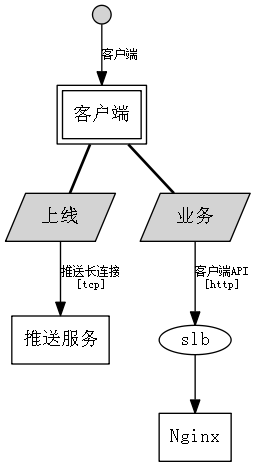
This is output/endpoint/client.gv.png from xphh/garch, a Graphviz export, as it was before one commit. Its source is kept beside it as output/endpoint/client.gv.
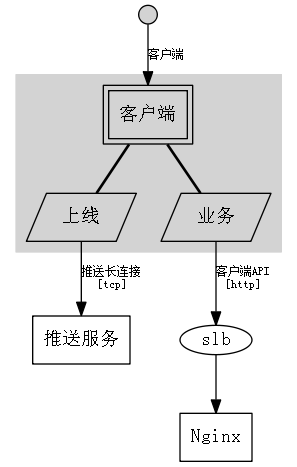
After the commit.

Change to the diagram source:
```diff
@@ -3,17 +3,22 @@
 node[fontname="simsun"];
 graph[fontname="simsun"];
 label = "";
+module_node_0[shape=circle, width=.2, style=filled, label=""];
+module_node_0->client_node_0[fontsize=9, label="客户端"];
+module_node_1[shape=box, label="推送服务"];
+client_node_1->module_node_1[fontsize=9, label="推送长连接\n[tcp]"];
+module_node_2[shape=box, label="Nginx"];
+module_node_3[height=.3, fixedsize=true, label="slb"];
+module_node_3->module_node_2;
+client_node_2->module_node_3[fontsize=9, label="客户端API\n[http]"];
+subgraph cluster_module_node_4 {
+style = filled;
+color = lightgrey;
+label = "";
 client_node_0[shape=box, peripheries=2, label="客户端"];
-client_node_1[shape=circle, width=.2, style=filled, label=""];
-client_node_1->client_node_0[fontsize=9, label="客户端"];
-client_node_2[shape=polygon, skew=.5, style=filled, label="上线"];
+client_node_1[shape=polygon, skew=.5, label="上线"];
+client_node_0->client_node_1[style=bold, arrowhead=none];
+client_node_2[shape=polygon, skew=.5, label="业务"];
 client_node_0->client_node_2[style=bold, arrowhead=none];
-client_node_3[shape=box, label="推送服务"];
-client_node_2->client_node_3[fontsize=9, label="推送长连接\n[tcp]"];
-client_node_4[shape=polygon, skew=.5, style=filled, label="业务"];
-client_node_0->client_node_4[style=bold, arrowhead=none];
-client_node_5[shape=box, label="Nginx"];
-client_node_6[height=.3, fixedsize=true, label="slb"];
-client_node_6->client_node_5;
-client_node_4->client_node_6[fontsize=9, label="客户端API\n[http]"];
 }
+}
```
